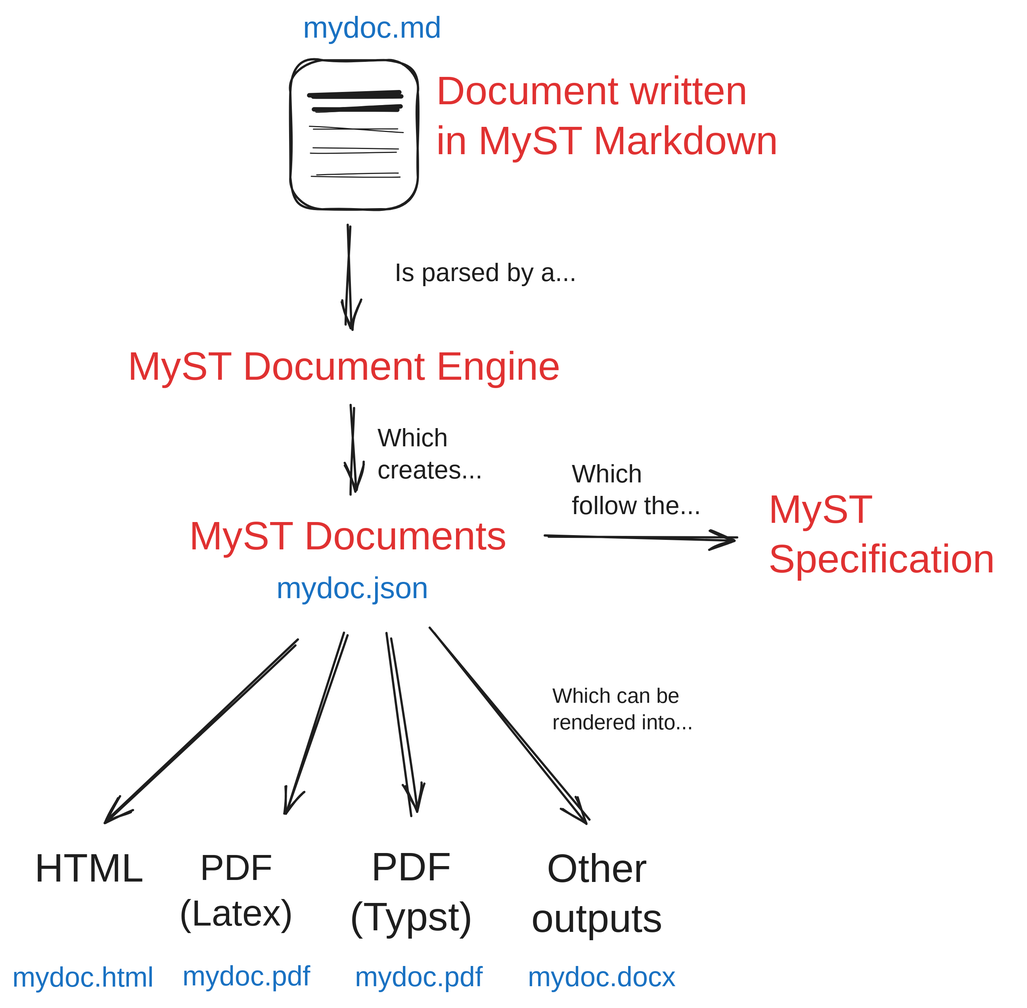
Earlier version of the Excalidraw export docs/images/myst-diagram.svg (jupyter-book/mystmd). Source tidied: one line per element, renumbered; positions are measured from the earlier drawing's top-left corner, leaving out a move shared by most shapes.
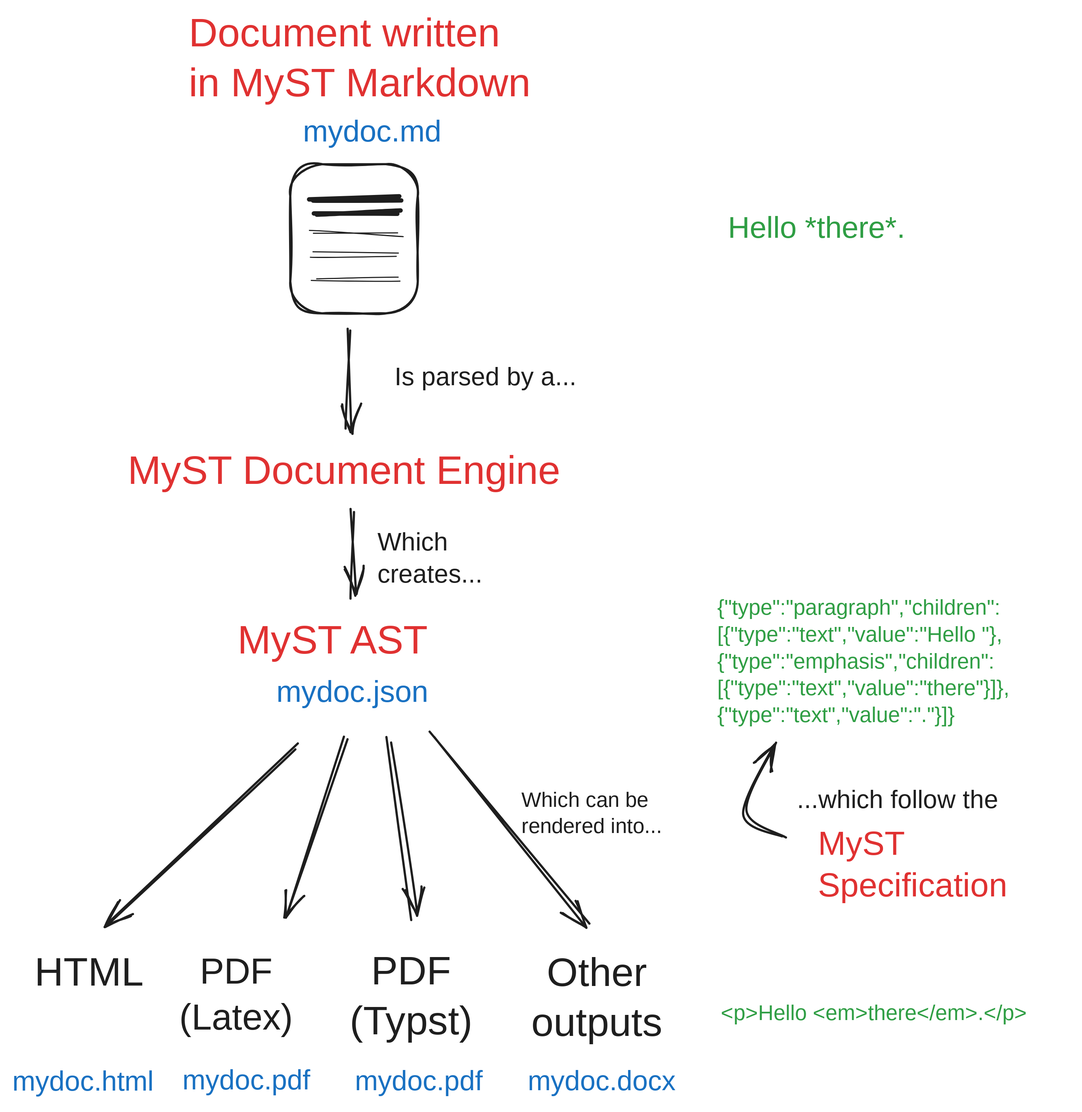
After the commit.

Commit message:
Updating content per Stefan's feedback

What changed in the source:
```diff
@@ -1,16 +1,16 @@
-{"id": 0, "type": "text", "text": "MyST\nSpecification", "strokeColor": "#e03131", "backgroundColor": "#ffec99", "fillStyle": "cross-hatch", "strokeWidth": 2, "roughness": 2, "fontSize": 36, "fontFamily": 5, "x": 682, "y": 429, "width": 223, "height": 90}
+{"id": 0, "type": "text", "text": "MyST\nSpecification", "strokeColor": "#e03131", "backgroundColor": "#ffec99", "fillStyle": "cross-hatch", "strokeWidth": 2, "roughness": 2, "fontSize": 30, "fontFamily": 5, "x": 727, "y": 640, "width": 186, "height": 75}
-{"id": 1, "type": "text", "text": "MyST Documents", "strokeColor": "#e03131", "backgroundColor": "#ffec99", "fillStyle": "cross-hatch", "strokeWidth": 2, "roughness": 2, "fontSize": 36, "fontFamily": 5, "x": 160, "y": 453, "width": 303, "height": 45}
+{"id": 1, "type": "text", "text": "MyST AST", "strokeColor": "#e03131", "backgroundColor": "#ffec99", "fillStyle": "cross-hatch", "strokeWidth": 2, "roughness": 2, "fontSize": 36, "fontFamily": 5, "x": 204, "y": 453, "width": 192, "height": 45}
 {"id": 2, "type": "text", "text": "MyST Document Engine", "strokeColor": "#e03131", "backgroundColor": "#ffec99", "fillStyle": "cross-hatch", "strokeWidth": 2, "roughness": 2, "fontSize": 36, "fontFamily": 5, "x": 105, "y": 300, "width": 410, "height": 45}
-{"id": 3, "type": "text", "text": "Document written\nin MyST Markdown", "strokeColor": "#e03131", "backgroundColor": "#ffec99", "fillStyle": "cross-hatch", "strokeWidth": 2, "roughness": 2, "fontSize": 36, "fontFamily": 5, "x": 383, "y": 52, "width": 326, "height": 90}
+{"id": 3, "type": "text", "text": "Document written\nin MyST Markdown", "strokeColor": "#e03131", "backgroundColor": "#ffec99", "fillStyle": "cross-hatch", "strokeWidth": 2, "roughness": 2, "fontSize": 36, "fontFamily": 5, "x": 160, "y": -94, "width": 326, "height": 90}
 {"id": 4, "type": "arrow", "strokeColor": "#1e1e1e", "backgroundColor": "#ffec99", "fillStyle": "cross-hatch", "strokeWidth": 2, "roughness": 2, "endArrowhead": "arrow", "round": true, "from": 13, "x": 303, "y": 193, "width": 0, "height": 91, "points": [[0, 0], [0, 91]]}
 {"id": 5, "type": "text", "text": "Is parsed by a...", "strokeColor": "#1e1e1e", "backgroundColor": "#ffec99", "fillStyle": "cross-hatch", "strokeWidth": 2, "roughness": 2, "fontSize": 23, "fontFamily": 5, "x": 345, "y": 223, "width": 184, "height": 29}
 {"id": 6, "type": "arrow", "strokeColor": "#1e1e1e", "backgroundColor": "#ffec99", "fillStyle": "cross-hatch", "strokeWidth": 2, "roughness": 2, "endArrowhead": "arrow", "round": true, "from": 2, "x": 308, "y": 358, "width": 0, "height": 75, "points": [[0, 0], [0, 75]]}
 {"id": 7, "type": "text", "text": "Which\ncreates...", "strokeColor": "#1e1e1e", "backgroundColor": "#ffec99", "fillStyle": "cross-hatch", "strokeWidth": 2, "roughness": 2, "fontSize": 23, "fontFamily": 5, "x": 330, "y": 372, "width": 103, "height": 58}
-{"id": 8, "type": "text", "text": "Which\nfollow the...", "strokeColor": "#1e1e1e", "backgroundColor": "#ffec99", "fillStyle": "cross-hatch", "strokeWidth": 2, "roughness": 2, "fontSize": 23, "fontFamily": 5, "x": 505, "y": 404, "width": 132, "height": 58}
+{"id": 8, "type": "text", "text": "...which follow the", "strokeColor": "#1e1e1e", "backgroundColor": "#ffec99", "fillStyle": "cross-hatch", "strokeWidth": 2, "roughness": 2, "fontSize": 23, "fontFamily": 5, "x": 708, "y": 604, "width": 200, "height": 29}
 {"id": 9, "type": "arrow", "strokeColor": "#1e1e1e", "backgroundColor": "#ffec99", "fillStyle": "cross-hatch", "strokeWidth": 2, "roughness": 2, "endArrowhead": "arrow", "round": true, "x": 256, "y": 568, "width": 170, "height": 162, "points": [[0, 0], [-170, 162]]}
 {"id": 10, "type": "arrow", "strokeColor": "#1e1e1e", "backgroundColor": "#ffec99", "fillStyle": "cross-hatch", "strokeWidth": 2, "roughness": 2, "endArrowhead": "arrow", "round": true, "x": 303, "y": 562, "width": 55, "height": 156, "points": [[0, 0], [-55, 156]]}
 {"id": 11, "type": "arrow", "strokeColor": "#1e1e1e", "backgroundColor": "#ffec99", "fillStyle": "cross-hatch", "strokeWidth": 2, "roughness": 2, "endArrowhead": "arrow", "round": true, "x": 340, "y": 563, "width": 22, "height": 162, "points": [[0, 0], [22, 162]]}
-{"id": 12, "type": "text", "text": "Which can be\nrendered into...", "strokeColor": "#1e1e1e", "backgroundColor": "#ffec99", "fillStyle": "cross-hatch", "strokeWidth": 2, "roughness": 2, "fontSize": 19, "fontFamily": 5, "x": 488, "y": 607, "width": 138, "height": 48}
+{"id": 12, "type": "text", "text": "Which can be\nrendered into...", "strokeColor": "#1e1e1e", "backgroundColor": "#ffec99", "fillStyle": "cross-hatch", "strokeWidth": 2, "roughness": 2, "fontSize": 19, "fontFamily": 5, "x": 460, "y": 607, "width": 138, "height": 48}
 {"id": 13, "type": "rectangle", "strokeColor": "#1e1e1e", "strokeWidth": 2, "roughness": 2, "round": true, "x": 251, "y": 44, "width": 115, "height": 134}
 {"id": 14, "type": "line", "strokeColor": "#1e1e1e", "strokeWidth": 4, "roughness": 2, "round": true, "x": 272, "y": 74, "width": 78, "height": 0, "points": [[0, 0], [78, 0]]}
 {"id": 15, "type": "line", "strokeColor": "#1e1e1e", "strokeWidth": 4, "roughness": 2, "round": true, "x": 274, "y": 87, "width": 78, "height": 0, "points": [[0, 0], [78, 0]]}
@@ -28,4 +28,7 @@
 {"id": 27, "type": "text", "text": "mydoc.pdf", "strokeColor": "#1971c2", "strokeWidth": 1, "roughness": 2, "fontSize": 25, "fontFamily": 5, "textAlign": "center", "x": 152, "y": 856, "width": 120, "height": 31}
 {"id": 28, "type": "text", "text": "mydoc.pdf", "strokeColor": "#1971c2", "strokeWidth": 1, "roughness": 2, "fontSize": 25, "fontFamily": 5, "textAlign": "center", "x": 307, "y": 857, "width": 120, "height": 31}
 {"id": 29, "type": "text", "text": "mydoc.docx", "strokeColor": "#1971c2", "strokeWidth": 1, "roughness": 2, "fontSize": 25, "fontFamily": 5, "textAlign": "center", "x": 464, "y": 857, "width": 137, "height": 31}
-{"id": 30, "type": "arrow", "strokeColor": "#1e1e1e", "backgroundColor": "#ffec99", "fillStyle": "cross-hatch", "strokeWidth": 2, "roughness": 2, "endArrowhead": "arrow", "round": true, "x": 484, "y": 471, "width": 170, "height": 4, "points": [[0, 0], [170, 4]]}
+{"id": 31, "type": "text", "text": "Hello *there*.", "strokeColor": "#2f9e44", "strokeWidth": 1, "roughness": 2, "fontSize": 27, "fontFamily": 5, "x": 646, "y": 87, "width": 175, "height": 34}
+{"id": 32, "type": "text", "text": "{\"type\":\"paragraph\",\"children\":\n[{\"type\":\"text\",\"value\":\"Hello \"},\n{\"type\":\"emphasis\",\"children\":\n[{\"type\":\"text\",\"value\":\"there\"}]},\n{\"type\":\"text\",\"value\":\".\"}]}", "strokeColor": "#2f9e44", "strokeWidth": 1, "roughness": 2, "fontSize": 19.33, "fontFamily": 5, "x": 636, "y": 433, "width": 316, "height": 121}
+{"id": 33, "type": "text", "text": "<p>Hello <em>there</em>.</p>", "strokeColor": "#2f9e44", "strokeWidth": 1, "roughness": 2, "fontSize": 19.33, "fontFamily": 5, "x": 639, "y": 798, "width": 316, "height": 24}
+{"id": 34, "type": "arrow", "strokeColor": "#1e1e1e", "backgroundColor": "#ffec99", "fillStyle": "cross-hatch", "strokeWidth": 2, "roughness": 2, "endArrowhead": "arrow", "round": true, "to": 32, "x": 698, "y": 648, "width": 34, "height": 81, "points": [[0, 0], [-34, -22], [-9, -81]]}
```
